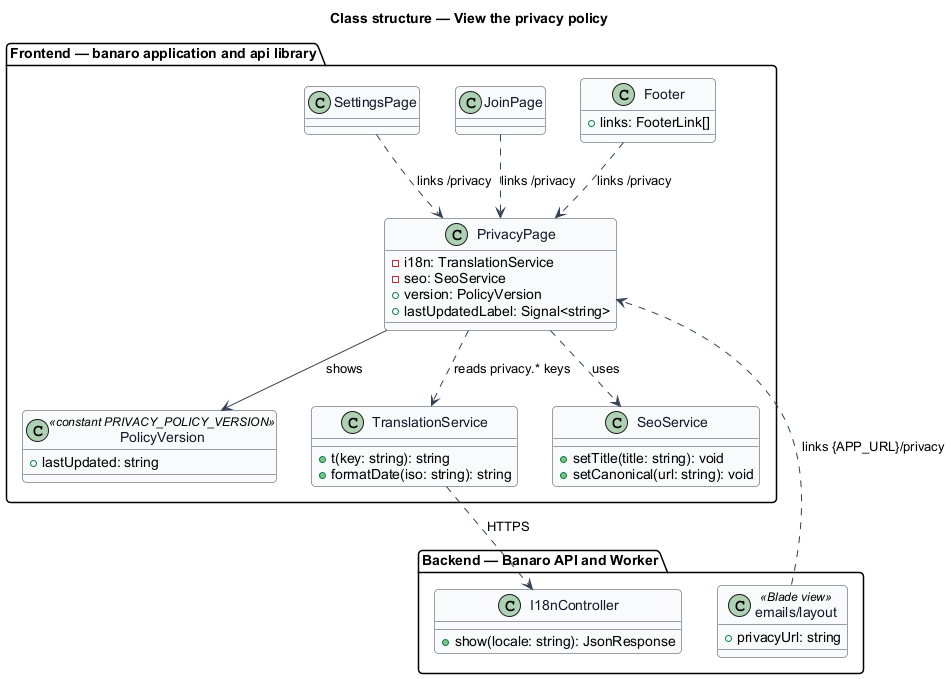
This is docs/detailed-designs/public-site/view-privacy-policy/diagrams/class-structure.png from QuinntyneBrown/banaro, a PlantUML export, as it was before one commit. Source of this version:
```plantuml
@startuml
skinparam backgroundColor #FFFFFF
skinparam shadowing false
skinparam roundcorner 8
skinparam defaultFontName Arial
skinparam ArrowColor #344054
skinparam class {
  BorderColor #344054
  FontColor #101828
  BackgroundColor #F9FAFB
}
title Class structure — View the privacy policy

package "Frontend — banaro application and api library" {
  class PrivacyPage {
    -i18n: TranslationService
    -seo: SeoService
    +version: PolicyVersion
    +lastUpdatedLabel: Signal<string>
  }
  class PolicyVersion <<constant PRIVACY_POLICY_VERSION>> {
    +lastUpdated: string
  }
  class TranslationService {
    +t(key: string): string
    +formatDate(iso: string): string
  }
  class SeoService {
    +setTitle(title: string): void
    +setCanonical(url: string): void
  }
  class Footer {
    +links: FooterLink[]
  }
  class JoinPage
  class SettingsPage
}

package "Backend — Banaro API and Worker" {
  class I18nController {
    +show(locale: string): JsonResponse
  }
  class "emails/layout" as EmailLayout <<Blade view>> {
    +privacyUrl: string
  }
}

PrivacyPage --> PolicyVersion : shows
PrivacyPage ..> TranslationService : reads privacy.* keys
PrivacyPage ..> SeoService : uses
Footer ..> PrivacyPage : links /privacy
JoinPage ..> PrivacyPage : links /privacy
SettingsPage ..> PrivacyPage : links /privacy
EmailLayout ..> PrivacyPage : links {APP_URL}/privacy
TranslationService ..> I18nController : HTTPS
@enduml
```
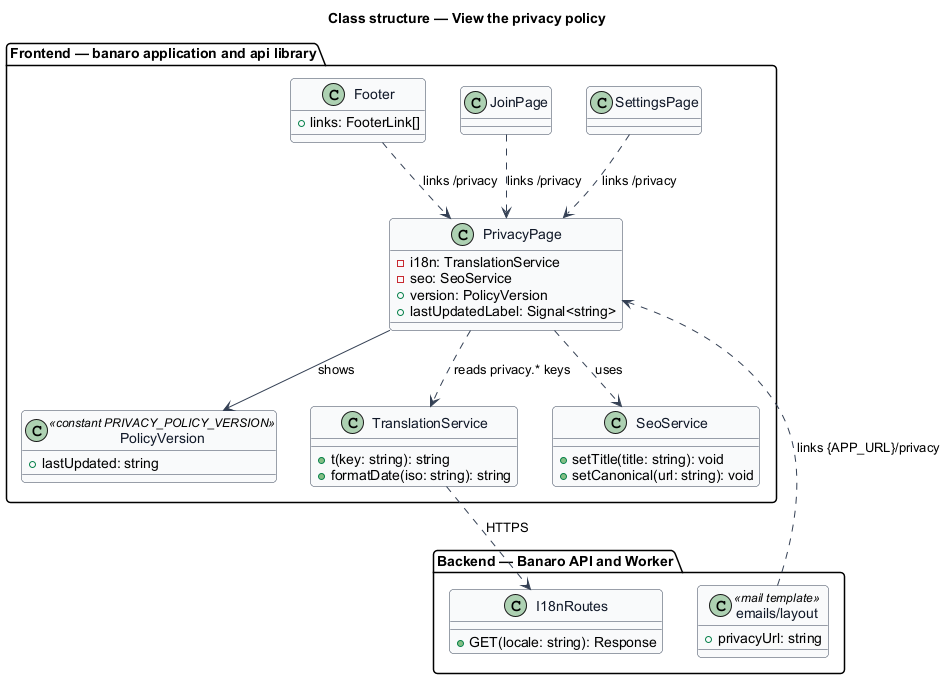
After the change.

What changed in the source:
```diff
@@ -37,10 +37,10 @@
 }
 
 package "Backend — Banaro API and Worker" {
-  class I18nController {
-    +show(locale: string): JsonResponse
+  class I18nRoutes {
+    +GET(locale: string): Response
   }
-  class "emails/layout" as EmailLayout <<Blade view>> {
+  class "emails/layout" as EmailLayout <<mail template>> {
     +privacyUrl: string
   }
 }
@@ -52,5 +52,5 @@
 JoinPage ..> PrivacyPage : links /privacy
 SettingsPage ..> PrivacyPage : links /privacy
 EmailLayout ..> PrivacyPage : links {APP_URL}/privacy
-TranslationService ..> I18nController : HTTPS
+TranslationService ..> I18nRoutes : HTTPS
 @enduml
```
